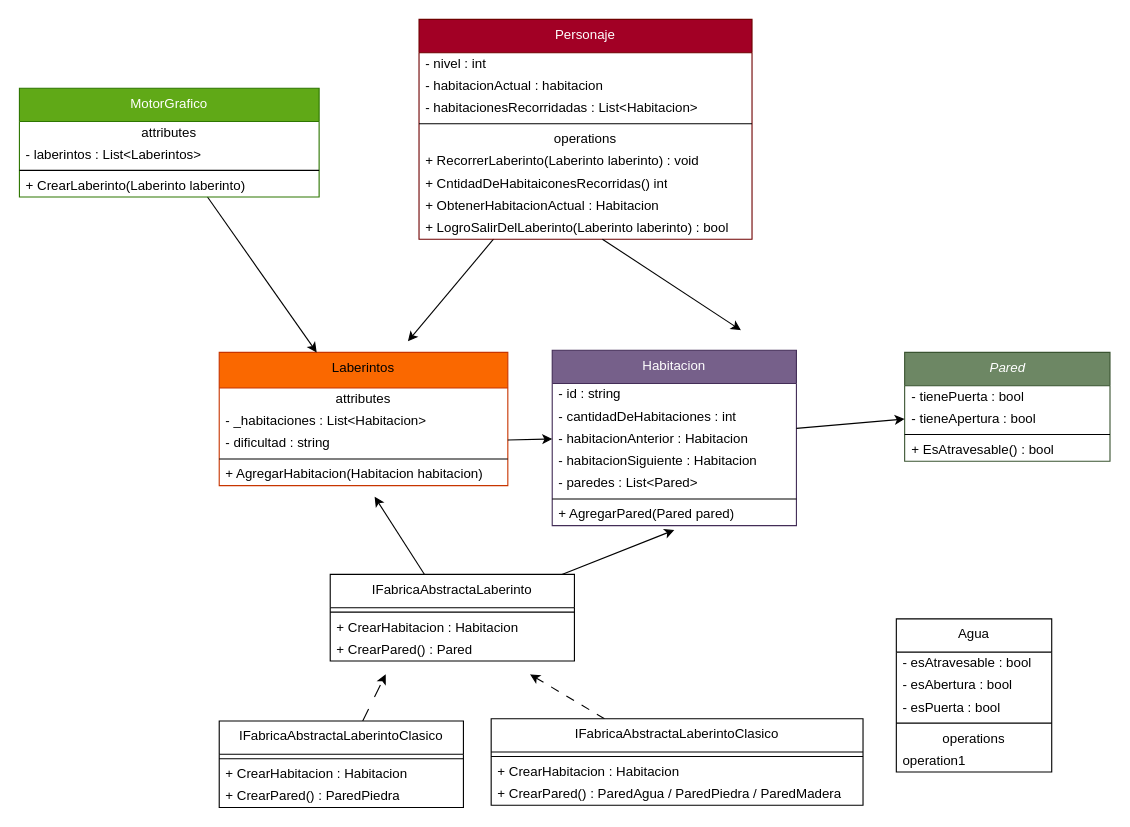
Before: Final/Patrones/laberintos.dio in EdgarSteinberg/UTN-Programacion-II, a draw.io diagram. Source tidied: cells renumbered, new cells numbered last; positions are measured from the earlier drawing's top-left corner, leaving out a move shared by most shapes. Both pictures are drawn from the tidied source at 111%, with x=0, y=0 at pixel (19, 19).
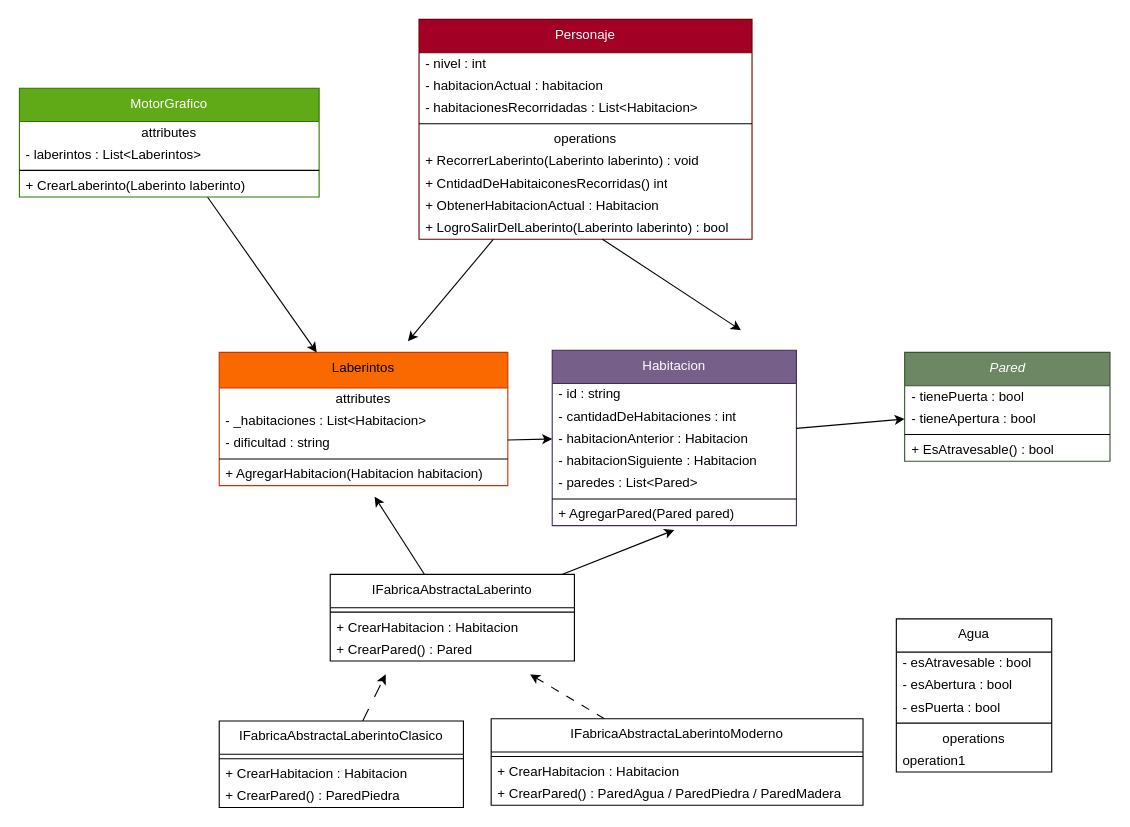
Above is the later version.

Commit message:
ejercicio actualizado

Change to the diagram source:
```diff
@@
-    <mxCell id="60" value="IFabricaAbstractaLaberintoClasico" style="swimlane;fontStyle=0;align=center;verticalAlign=top;horizontal=1;startSize=30;html=1;whiteSpace=wrap;" parent="1" vertex="1">
+    <mxCell id="60" value="IFabricaAbstractaLaberintoModerno" style="swimlane;fontStyle=0;align=center;verticalAlign=top;horizontal=1;startSize=30;html=1;whiteSpace=wrap;" parent="1" vertex="1">
       <mxGeometry x="425" y="630" width="335" height="78" as="geometry" />
     </mxCell>
```
